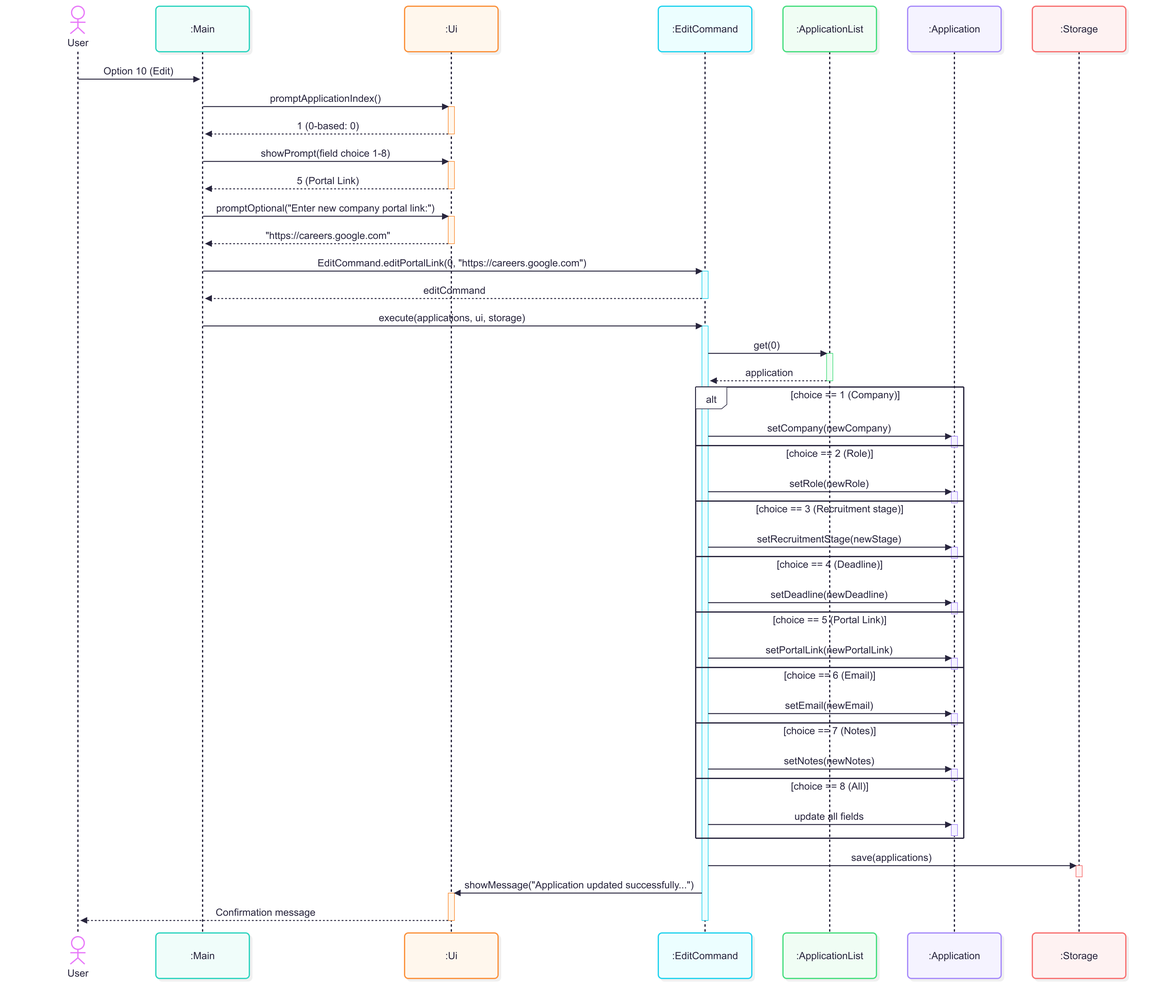
This is docs/diagrams/edit-application-sequence.png from AY2627S1-CS2113-T10-2/tp, a Mermaid export, as it was before one commit. Its source is kept beside it as docs/diagrams/sources/edit-application-sequence.mmd.
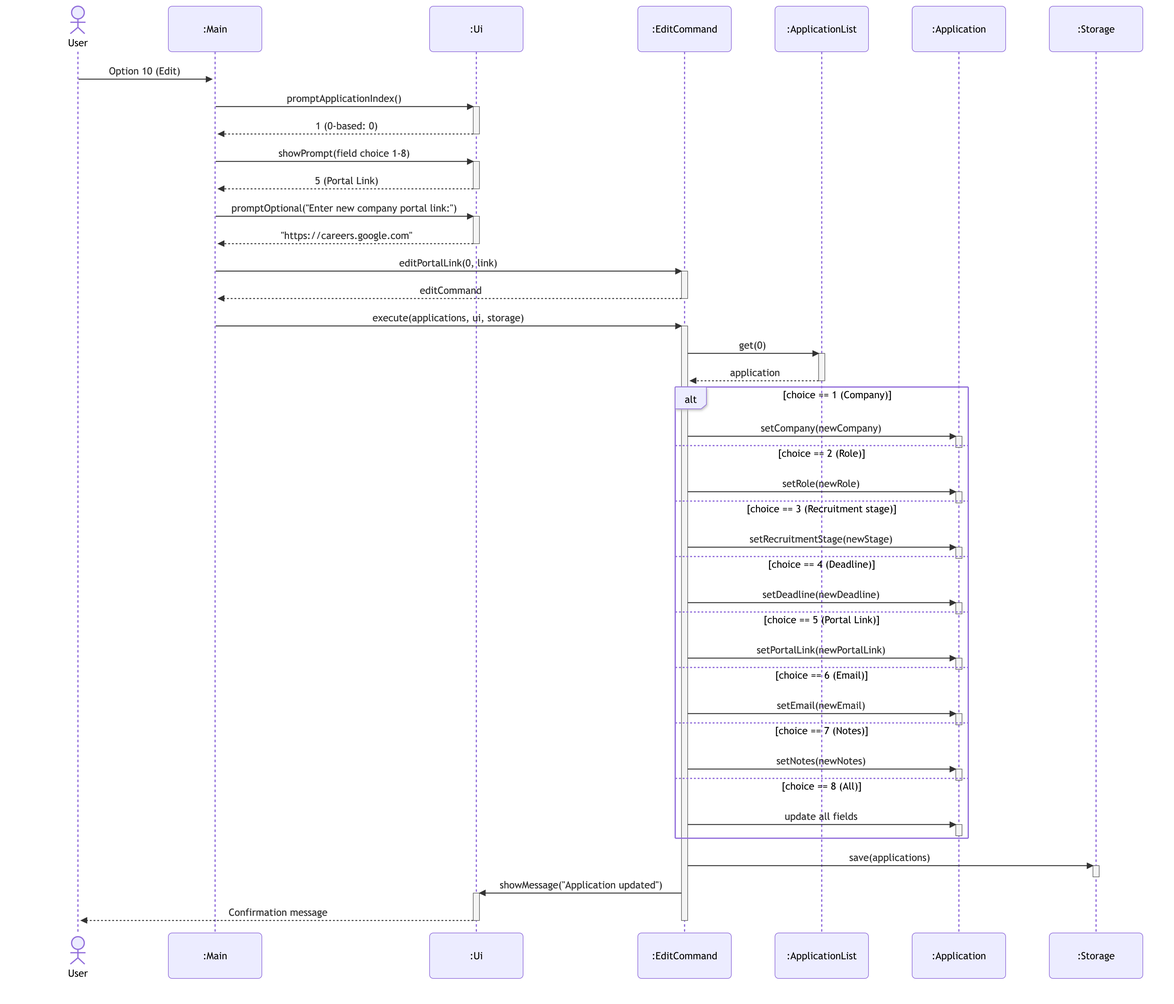
The same file after the commit.

What changed in the source:
```diff
@@ -1,3 +1,4 @@
+%%{init: {'theme': 'default', 'sequence': {'actorMargin': 70, 'messageMargin': 45}}}%%
 sequenceDiagram
     actor user as User
     participant main as :Main
@@ -20,7 +21,7 @@
     activate ui
     ui-->>main: "https://careers.google.com"
     deactivate ui
-    main->>cmd: EditCommand.editPortalLink(0, "https://careers.google.com")
+    main->>cmd: editPortalLink(0, link)
     activate cmd
     cmd-->>main: editCommand
     deactivate cmd
@@ -68,7 +69,7 @@
     cmd->>storage: save(applications)
     activate storage
     deactivate storage
-    cmd->>ui: showMessage("Application updated successfully...")
+    cmd->>ui: showMessage("Application updated")
     activate ui
     ui-->>user: Confirmation message
     deactivate ui
```
